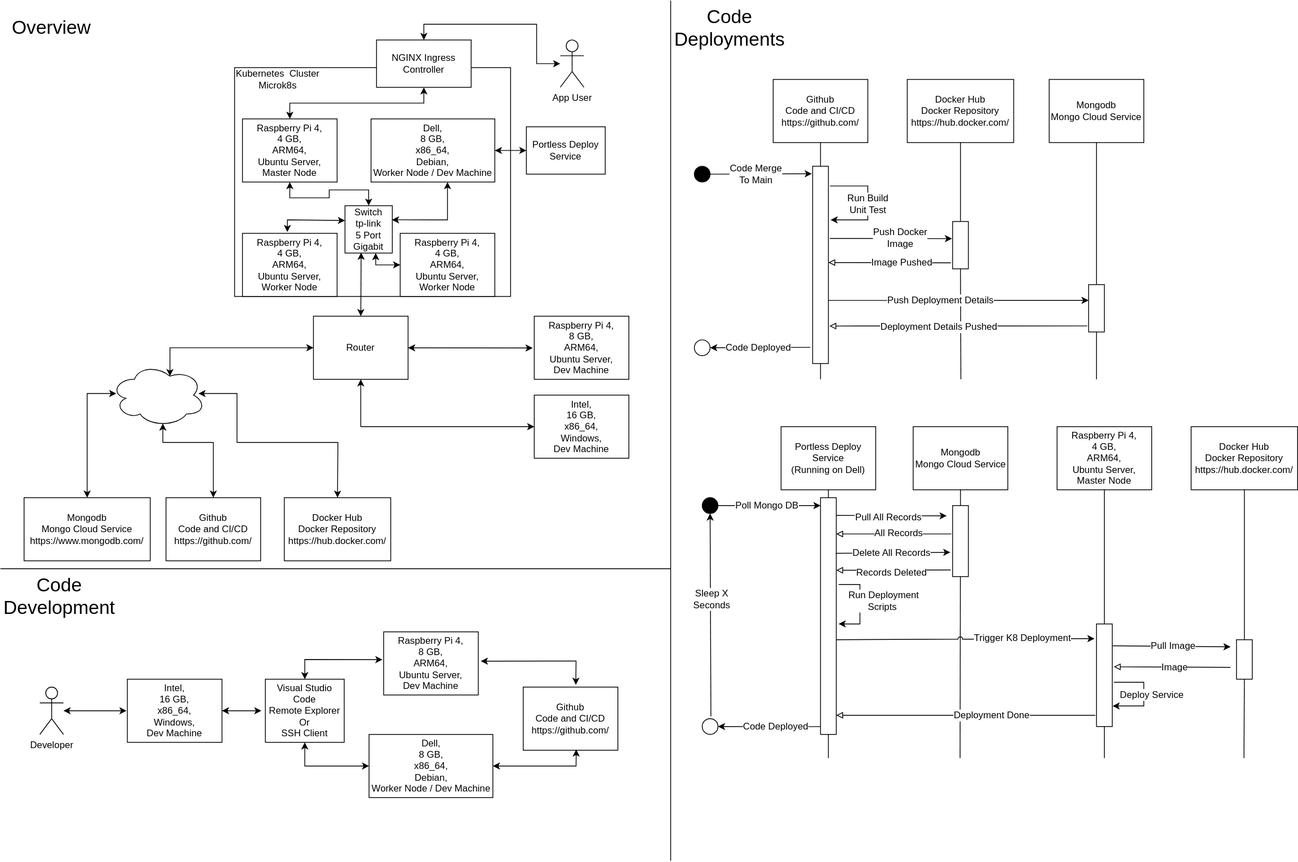
Before: diagrams/homelab.svg, a diagram exported from draw.io (horvatic/HomeLab_Infrastructure). Source tidied: cells renumbered, new cells last; positions are measured from the earlier drawing's top-left corner, leaving out a move shared by most shapes.
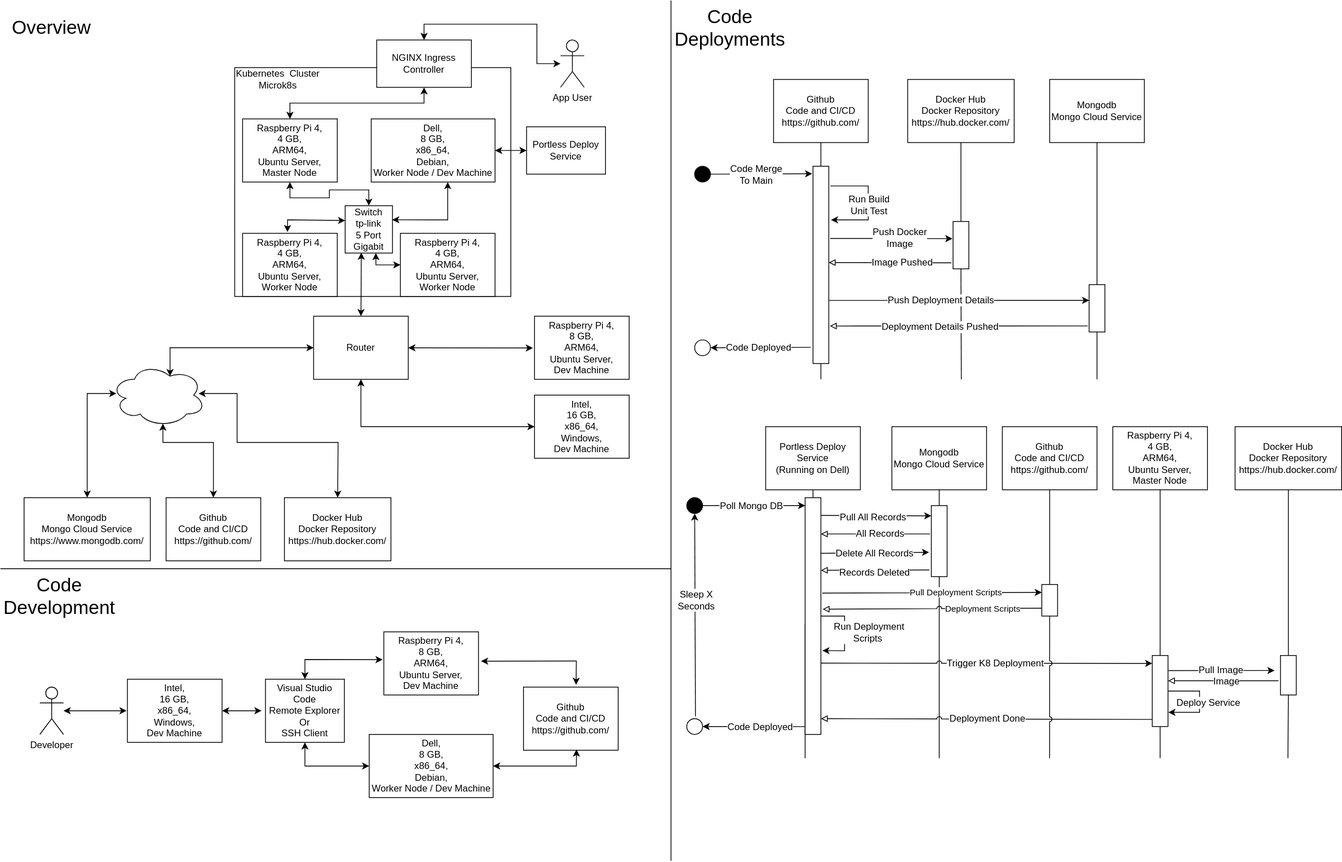
After the commit.

Commit message:
update home lab diagrams with GitHub flow

The edit, as a diff of the source:
```diff
@@ -160,20 +160,20 @@
     </mxCell>
     <mxCell id="36" style="edgeStyle=orthogonalEdgeStyle;rounded=0;jumpStyle=arc;jettySize=auto;html=1;exitX=0.5;exitY=1;exitDx=0;exitDy=0;fontSize=12;endArrow=none;endFill=0;" parent="1" edge="1" source="37">
       <mxGeometry relative="1" as="geometry">
-        <mxPoint x="1050" y="960" as="targetPoint" />
+        <mxPoint x="1020" y="960" as="targetPoint" />
       </mxGeometry>
     </mxCell>
     <mxCell id="37" value="Portless Deploy &lt;br&gt;Service&lt;br&gt;(Running on Dell)" style="rounded=0;whiteSpace=wrap;html=1;" parent="1" vertex="1">
-      <mxGeometry x="990" y="540" width="120" height="80" as="geometry" />
+      <mxGeometry x="970" y="540" width="120" height="80" as="geometry" />
     </mxCell>
     <mxCell id="38" style="edgeStyle=orthogonalEdgeStyle;rounded=0;jumpStyle=arc;orthogonalLoop=1;jettySize=auto;html=1;fontSize=12;endArrow=none;endFill=0;startArrow=none;" parent="1" edge="1">
       <mxGeometry relative="1" as="geometry">
-        <mxPoint x="1400" y="880" as="sourcePoint" />
-        <mxPoint x="1400" y="880" as="targetPoint" />
+        <mxPoint x="1470" y="880" as="sourcePoint" />
+        <mxPoint x="1470" y="880" as="targetPoint" />
       </mxGeometry>
     </mxCell>
     <mxCell id="39" value="Raspberry Pi 4,&lt;br&gt;4 GB,&lt;br&gt;ARM64,&lt;br&gt;Ubuntu Server,&lt;br&gt;Master Node" style="rounded=0;whiteSpace=wrap;html=1;" parent="1" vertex="1">
-      <mxGeometry x="1340" y="540" width="120" height="80" as="geometry" />
+      <mxGeometry x="1410" y="540" width="120" height="80" as="geometry" />
     </mxCell>
     <mxCell id="40" style="edgeStyle=orthogonalEdgeStyle;rounded=0;jumpStyle=arc;jettySize=auto;html=1;exitX=0.5;exitY=1;exitDx=0;exitDy=0;fontSize=12;endArrow=none;endFill=0;startArrow=none;" parent="1" edge="1" source="57">
       <mxGeometry relative="1" as="geometry">
@@ -273,25 +273,25 @@
         <mxPoint x="11" y="-1" as="offset" />
       </mxGeometry>
     </mxCell>
-    <mxCell id="65" style="edgeStyle=orthogonalEdgeStyle;rounded=0;jumpStyle=arc;jettySize=auto;html=1;exitX=0.5;exitY=1;exitDx=0;exitDy=0;fontSize=12;endArrow=none;endFill=0;" parent="1" edge="1" source="66">
-      <mxGeometry relative="1" as="geometry">
-        <mxPoint x="1217" y="960" as="targetPoint" />
-      </mxGeometry>
-    </mxCell>
+    <mxCell id="119" style="edgeStyle=orthogonalEdgeStyle;rounded=0;jettySize=auto;html=1;endArrow=none;endFill=0;startArrow=none;" parent="1" edge="1" source="73">
+      <mxGeometry relative="1" as="geometry">
+        <mxPoint x="1190" y="960" as="targetPoint" />
+      </mxGeometry>
+    </mxCell>
     <mxCell id="66" value="Mongodb&lt;br&gt;Mongo Cloud Service" style="rounded=0;whiteSpace=wrap;html=1;" parent="1" vertex="1">
-      <mxGeometry x="1157.5" y="540" width="120" height="80" as="geometry" />
+      <mxGeometry x="1130" y="540" width="120" height="80" as="geometry" />
     </mxCell>
     <mxCell id="67" style="edgeStyle=orthogonalEdgeStyle;rounded=0;jumpStyle=arc;jettySize=auto;html=1;exitX=0.5;exitY=1;exitDx=0;exitDy=0;fontSize=12;endArrow=none;endFill=0;startArrow=none;" parent="1" edge="1" source="90">
       <mxGeometry relative="1" as="geometry">
-        <mxPoint x="1577" y="960" as="targetPoint" />
+        <mxPoint x="1632" y="960" as="targetPoint" />
       </mxGeometry>
     </mxCell>
     <mxCell id="68" value="Docker Hub&lt;br&gt;Docker Repository&lt;br&gt;https://hub.docker.com/" style="rounded=0;whiteSpace=wrap;html=1;" parent="1" vertex="1">
-      <mxGeometry x="1510" y="540" width="135" height="80" as="geometry" />
+      <mxGeometry x="1565" y="540" width="135" height="80" as="geometry" />
     </mxCell>
     <mxCell id="69" style="edgeStyle=orthogonalEdgeStyle;rounded=0;jumpStyle=arc;jettySize=auto;html=1;exitX=1;exitY=0.5;exitDx=0;exitDy=0;fontSize=12;endArrow=classic;endFill=1;" parent="1" edge="1" source="71">
       <mxGeometry relative="1" as="geometry">
-        <mxPoint x="1040" y="640" as="targetPoint" />
+        <mxPoint x="1020" y="640" as="targetPoint" />
       </mxGeometry>
     </mxCell>
     <mxCell id="70" value="Poll Mongo DB" style="edgeLabel;html=1;align=center;verticalAlign=middle;fontSize=12;" parent="69" vertex="1">
@@ -300,17 +300,14 @@
       </mxGeometry>
     </mxCell>
     <mxCell id="71" style="ellipse;whiteSpace=wrap;html=1;fontSize=12;fillColor=#000000;" parent="1" vertex="1">
-      <mxGeometry x="890" y="630" width="20" height="20" as="geometry" />
+      <mxGeometry x="870" y="630" width="20" height="20" as="geometry" />
     </mxCell>
     <mxCell id="72" style="rounded=0;whiteSpace=wrap;html=1;fontSize=12;fillColor=#FFFFFF;" parent="1" vertex="1">
-      <mxGeometry x="1040" y="630" width="20" height="300" as="geometry" />
+      <mxGeometry x="1020" y="630" width="20" height="300" as="geometry" />
     </mxCell>
-    <mxCell id="73" style="rounded=0;whiteSpace=wrap;html=1;fontSize=12;fillColor=#FFFFFF;" parent="1" vertex="1">
-      <mxGeometry x="1207.5" y="640" width="20" height="90" as="geometry" />
-    </mxCell>
     <mxCell id="74" style="endArrow=classic;html=1;rounded=0;fontSize=12;jumpStyle=arc;exitX=1.019;exitY=0.075;exitDx=0;exitDy=0;exitPerimeter=0;" parent="1" edge="1" source="72">
       <mxGeometry relative="1" as="geometry">
-        <mxPoint x="1200" y="653" as="targetPoint" />
+        <mxPoint x="1180" y="653" as="targetPoint" />
       </mxGeometry>
     </mxCell>
     <mxCell id="75" value="Pull All Records" style="edgeLabel;html=1;align=center;verticalAlign=middle;fontSize=12;" parent="74" vertex="1">
@@ -320,7 +317,7 @@
     </mxCell>
     <mxCell id="76" style="endArrow=block;html=1;rounded=0;fontSize=12;jumpStyle=arc;exitX=-0.085;exitY=0.4;exitDx=0;exitDy=0;exitPerimeter=0;endFill=0;" parent="1" edge="1" source="73">
       <mxGeometry relative="1" as="geometry">
-        <mxPoint x="1060" y="676" as="targetPoint" />
+        <mxPoint x="1040" y="676" as="targetPoint" />
       </mxGeometry>
     </mxCell>
     <mxCell id="77" value="All Records" style="edgeLabel;html=1;align=center;verticalAlign=middle;fontSize=12;" parent="76" vertex="1">
@@ -336,7 +333,7 @@
     </mxCell>
     <mxCell id="80" style="endArrow=block;html=1;rounded=0;fontSize=12;jumpStyle=arc;exitX=-0.125;exitY=0.907;exitDx=0;exitDy=0;exitPerimeter=0;endFill=0;" parent="1" edge="1" source="73">
       <mxGeometry relative="1" as="geometry">
-        <mxPoint x="1060" y="722" as="targetPoint" />
+        <mxPoint x="1040" y="722" as="targetPoint" />
       </mxGeometry>
     </mxCell>
     <mxCell id="81" value="Records Deleted" style="edgeLabel;html=1;align=center;verticalAlign=middle;fontSize=12;" parent="80" vertex="1">
@@ -344,42 +341,38 @@
         <mxPoint x="19" y="2" as="offset" />
       </mxGeometry>
     </mxCell>
-    <mxCell id="82" style="endArrow=classic;html=1;rounded=0;fontSize=12;jumpStyle=arc;" parent="1" edge="1">
+    <mxCell id="82" style="endArrow=classic;html=1;rounded=0;fontSize=12;jumpStyle=arc;entryX=1.09;entryY=0.646;entryDx=0;entryDy=0;entryPerimeter=0;exitX=1;exitY=0.5;exitDx=0;exitDy=0;" parent="1" edge="1" source="72" target="72">
       <mxGeometry relative="1" as="geometry">
-        <mxPoint x="1063" y="740" as="sourcePoint" />
-        <mxPoint x="1063" y="790" as="targetPoint" />
         <Array as="points">
-          <mxPoint x="1090" y="740" />
-          <mxPoint x="1090" y="790" />
+          <mxPoint x="1070" y="780" />
+          <mxPoint x="1070" y="824" />
         </Array>
       </mxGeometry>
     </mxCell>
     <mxCell id="83" value="Run Deployment&lt;br&gt;Scripts&amp;nbsp;" style="edgeLabel;html=1;align=center;verticalAlign=middle;fontSize=12;" parent="82" vertex="1">
       <mxGeometry x="0.13" y="-1" relative="1" as="geometry">
-        <mxPoint x="31" y="-11" as="offset" />
+        <mxPoint x="31" y="-8" as="offset" />
       </mxGeometry>
     </mxCell>
-    <mxCell id="84" style="endArrow=classic;html=1;rounded=0;fontSize=12;jumpStyle=arc;entryX=-0.13;entryY=0.143;entryDx=0;entryDy=0;entryPerimeter=0;" parent="1" edge="1" target="87">
-      <mxGeometry relative="1" as="geometry">
-        <mxPoint x="1060" y="810" as="sourcePoint" />
-      </mxGeometry>
+    <mxCell id="84" style="endArrow=classic;html=1;rounded=0;fontSize=12;jumpStyle=arc;exitX=1.01;exitY=0.699;exitDx=0;exitDy=0;exitPerimeter=0;entryX=0;entryY=0.111;entryDx=0;entryDy=0;entryPerimeter=0;" parent="1" edge="1" source="72" target="87">
+      <mxGeometry relative="1" as="geometry" />
     </mxCell>
     <mxCell id="85" value="Trigger K8 Deployment" style="edgeLabel;html=1;align=center;verticalAlign=middle;fontSize=12;" parent="84" vertex="1">
       <mxGeometry x="0.49" y="1" relative="1" as="geometry">
-        <mxPoint x="-9" as="offset" />
+        <mxPoint x="-93" y="1" as="offset" />
       </mxGeometry>
     </mxCell>
     <mxCell id="86" style="edgeStyle=orthogonalEdgeStyle;rounded=0;jumpStyle=arc;jettySize=auto;html=1;fontSize=12;endArrow=none;endFill=0;" parent="1" edge="1" source="39">
       <mxGeometry relative="1" as="geometry">
-        <mxPoint x="1400" y="960" as="targetPoint" />
+        <mxPoint x="1470" y="960" as="targetPoint" />
       </mxGeometry>
     </mxCell>
     <mxCell id="87" style="rounded=0;whiteSpace=wrap;html=1;fontSize=12;fillColor=#FFFFFF;" parent="1" vertex="1">
-      <mxGeometry x="1390" y="790" width="20" height="130" as="geometry" />
+      <mxGeometry x="1460" y="830" width="20" height="90" as="geometry" />
     </mxCell>
     <mxCell id="88" style="endArrow=classic;html=1;rounded=0;fontSize=12;jumpStyle=arc;exitX=1.033;exitY=0.213;exitDx=0;exitDy=0;exitPerimeter=0;" parent="1" edge="1" source="87">
       <mxGeometry relative="1" as="geometry">
-        <mxPoint x="1560" y="819" as="targetPoint" />
+        <mxPoint x="1615" y="849" as="targetPoint" />
       </mxGeometry>
     </mxCell>
     <mxCell id="89" value="Pull Image" style="edgeLabel;html=1;align=center;verticalAlign=middle;fontSize=12;" parent="88" vertex="1">
@@ -388,14 +381,15 @@
       </mxGeometry>
     </mxCell>
     <mxCell id="90" style="rounded=0;whiteSpace=wrap;html=1;fontSize=12;fillColor=#FFFFFF;" parent="1" vertex="1">
-      <mxGeometry x="1567.5" y="810" width="20" height="50" as="geometry" />
+      <mxGeometry x="1622.5" y="830" width="20" height="50" as="geometry" />
     </mxCell>
     <mxCell id="91" style="edgeStyle=orthogonalEdgeStyle;rounded=0;jumpStyle=arc;jettySize=auto;html=1;exitX=0.5;exitY=1;exitDx=0;exitDy=0;fontSize=12;endArrow=none;endFill=0;" parent="1" edge="1" source="68" target="90">
       <mxGeometry relative="1" as="geometry" />
     </mxCell>
-    <mxCell id="92" style="endArrow=block;html=1;rounded=0;fontSize=12;jumpStyle=arc;entryX=1.1;entryY=0.418;entryDx=0;entryDy=0;entryPerimeter=0;endFill=0;" parent="1" edge="1" target="87">
+    <mxCell id="92" style="endArrow=block;html=1;rounded=0;fontSize=12;jumpStyle=arc;endFill=0;" parent="1" edge="1">
       <mxGeometry relative="1" as="geometry">
-        <mxPoint x="1560" y="845" as="sourcePoint" />
+        <mxPoint x="1620" y="862" as="sourcePoint" />
+        <mxPoint x="1480" y="862" as="targetPoint" />
       </mxGeometry>
     </mxCell>
     <mxCell id="93" value="Image" style="edgeLabel;html=1;align=center;verticalAlign=middle;fontSize=12;" parent="92" vertex="1">
@@ -403,12 +397,11 @@
         <mxPoint x="16" as="offset" />
       </mxGeometry>
     </mxCell>
-    <mxCell id="94" style="endArrow=classic;html=1;rounded=0;fontSize=12;jumpStyle=arc;entryX=1.017;entryY=0.8;entryDx=0;entryDy=0;entryPerimeter=0;" parent="1" edge="1" target="87">
+    <mxCell id="94" style="endArrow=classic;html=1;rounded=0;fontSize=12;jumpStyle=arc;entryX=1.017;entryY=0.8;entryDx=0;entryDy=0;entryPerimeter=0;exitX=1;exitY=0.5;exitDx=0;exitDy=0;" parent="1" edge="1" source="87" target="87">
       <mxGeometry relative="1" as="geometry">
-        <mxPoint x="1412" y="864" as="sourcePoint" />
         <Array as="points">
-          <mxPoint x="1450" y="864" />
-          <mxPoint x="1450" y="894" />
+          <mxPoint x="1520" y="875" />
+          <mxPoint x="1520" y="902" />
         </Array>
       </mxGeometry>
     </mxCell>
@@ -417,14 +410,18 @@
         <mxPoint x="9" y="8" as="offset" />
       </mxGeometry>
     </mxCell>
-    <mxCell id="96" style="endArrow=block;html=1;rounded=0;fontSize=12;jumpStyle=arc;exitX=-0.076;exitY=0.89;exitDx=0;exitDy=0;exitPerimeter=0;entryX=1;entryY=0.919;entryDx=0;entryDy=0;entryPerimeter=0;endFill=0;" parent="1" edge="1" source="87" target="72">
-      <mxGeometry relative="1" as="geometry" />
+    <mxCell id="96" style="endArrow=block;html=1;rounded=0;fontSize=12;jumpStyle=arc;exitX=0;exitY=0.9;exitDx=0;exitDy=0;exitPerimeter=0;endFill=0;" parent="1" edge="1" source="87">
+      <mxGeometry relative="1" as="geometry">
+        <mxPoint x="1040" y="910" as="targetPoint" />
+      </mxGeometry>
     </mxCell>
     <mxCell id="97" value="Deployment Done" style="edgeLabel;html=1;align=center;verticalAlign=middle;fontSize=12;" parent="96" vertex="1">
-      <mxGeometry x="-0.2" relative="1" as="geometry" />
+      <mxGeometry x="-0.2" relative="1" as="geometry">
+        <mxPoint x="-42" y="-1" as="offset" />
+      </mxGeometry>
     </mxCell>
     <mxCell id="98" style="ellipse;whiteSpace=wrap;html=1;fontSize=12;fillColor=#FFFFFF;" parent="1" vertex="1">
-      <mxGeometry x="890" y="910" width="20" height="20" as="geometry" />
+      <mxGeometry x="870" y="910" width="20" height="20" as="geometry" />
     </mxCell>
     <mxCell id="99" style="endArrow=classic;html=1;rounded=0;fontSize=12;jumpStyle=arc;exitX=0;exitY=0.967;exitDx=0;exitDy=0;exitPerimeter=0;entryX=1;entryY=0.5;entryDx=0;entryDy=0;" parent="1" edge="1" source="72" target="98">
       <mxGeometry relative="1" as="geometry" />
@@ -515,5 +512,37 @@
         <mxPoint x="160" y="900" as="targetPoint" />
       </mxGeometry>
     </mxCell>
+    <mxCell id="120" style="edgeStyle=orthogonalEdgeStyle;rounded=0;jettySize=auto;html=1;exitX=0.5;exitY=1;exitDx=0;exitDy=0;endArrow=none;endFill=0;jumpStyle=arc;startArrow=none;" parent="1" edge="1" source="123">
+      <mxGeometry relative="1" as="geometry">
+        <mxPoint x="1329.9" y="960" as="targetPoint" />
+      </mxGeometry>
+    </mxCell>
+    <mxCell id="121" value="Github&lt;br&gt;Code and CI/CD&lt;br&gt;https://github.com/" style="rounded=0;whiteSpace=wrap;html=1;" parent="1" vertex="1">
+      <mxGeometry x="1270" y="540" width="120" height="80" as="geometry" />
+    </mxCell>
+    <mxCell id="73" style="rounded=0;whiteSpace=wrap;html=1;fontSize=12;fillColor=#FFFFFF;" parent="1" vertex="1">
+      <mxGeometry x="1180" y="640" width="20" height="90" as="geometry" />
+    </mxCell>
+    <mxCell id="122" style="edgeStyle=orthogonalEdgeStyle;rounded=0;jettySize=auto;html=1;endArrow=none;endFill=0;" parent="1" edge="1" source="66" target="73">
+      <mxGeometry relative="1" as="geometry" />
+    </mxCell>
+    <mxCell id="123" style="rounded=0;whiteSpace=wrap;html=1;" parent="1" vertex="1">
+      <mxGeometry x="1320" y="740" width="20" height="40" as="geometry" />
+    </mxCell>
+    <mxCell id="124" style="edgeStyle=orthogonalEdgeStyle;rounded=0;jettySize=auto;html=1;exitX=0.5;exitY=1;exitDx=0;exitDy=0;endArrow=none;endFill=0;jumpStyle=arc;" parent="1" edge="1" source="121" target="123">
+      <mxGeometry relative="1" as="geometry" />
+    </mxCell>
+    <mxCell id="125" style="endArrow=classic;html=1;rounded=0;jumpStyle=arc;exitX=1.09;exitY=0.403;exitDx=0;exitDy=0;exitPerimeter=0;entryX=0;entryY=0.25;entryDx=0;entryDy=0;" parent="1" edge="1" source="72" target="123">
+      <mxGeometry relative="1" as="geometry" />
+    </mxCell>
+    <mxCell id="126" value="Pull Deployment Scripts" style="edgeLabel;html=1;align=center;verticalAlign=middle;" parent="125" vertex="1">
+      <mxGeometry x="0.22" y="1" relative="1" as="geometry" />
+    </mxCell>
+    <mxCell id="127" style="endArrow=block;html=1;rounded=0;jumpStyle=arc;exitX=0;exitY=0.75;exitDx=0;exitDy=0;entryX=1.114;entryY=0.471;entryDx=0;entryDy=0;entryPerimeter=0;endFill=0;" parent="1" edge="1" source="123" target="72">
+      <mxGeometry relative="1" as="geometry" />
+    </mxCell>
+    <mxCell id="128" value="Deployment Scripts" style="edgeLabel;html=1;align=center;verticalAlign=middle;" parent="127" vertex="1">
+      <mxGeometry x="-0.45" relative="1" as="geometry" />
+    </mxCell>
   </root>
 </mxGraphModel>
```
